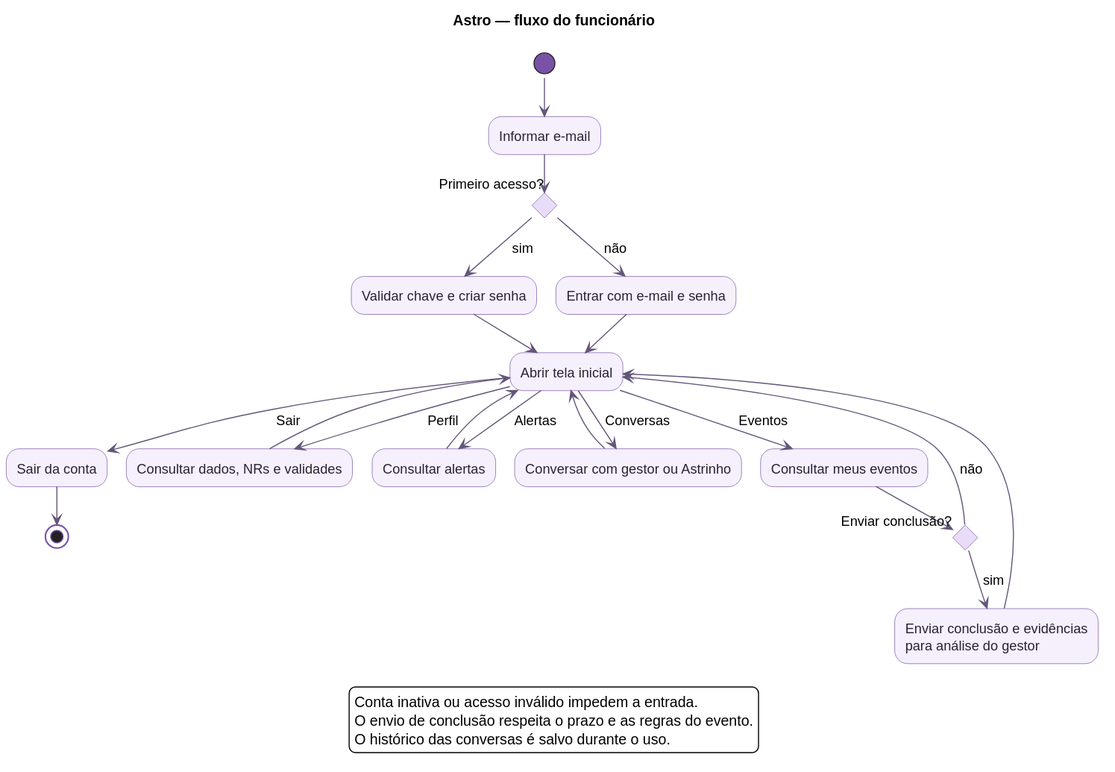
Above: diagrams/rendered/fluxo_funcionario.svg in Astro-Inter/astro-eqs-diagrams (PlantUML), before the change.
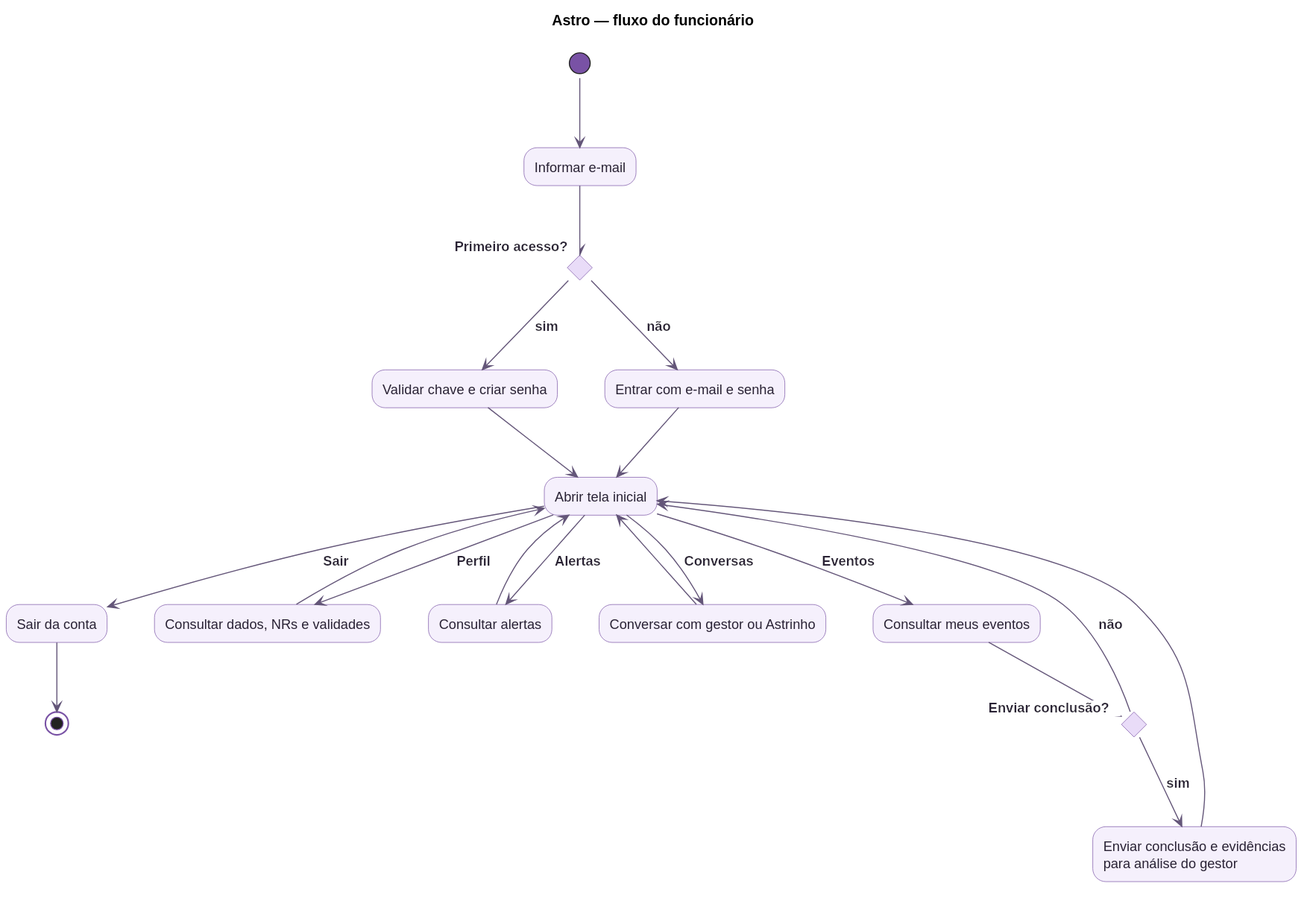
The same file after the commit.

The edit, as a diff of the source:
```diff
@@ -4,34 +4,28 @@
 title Astro — fluxo do funcionário
 
 (*) --> "Informar e-mail" as identificar
---> if "Primeiro acesso?" then
-  -->[sim] "Validar chave e criar senha" as ativar
+--> if "<back:white>Primeiro acesso?   </back>" then
+  -->[<back:white>sim</back>] "Validar chave e criar senha" as ativar
   --> "Abrir tela inicial" as menu
 else
-  -->[não] "Entrar com e-mail e senha" as entrar
+  -->[<back:white>não</back>] "Entrar com e-mail e senha" as entrar
   --> menu
 endif
 
-menu -->[Eventos] "Consultar meus eventos" as eventos
---> if "Enviar conclusão?" then
-  -->[sim] "Enviar conclusão e evidências\npara análise do gestor" as concluir
+menu -->[<back:white>Eventos</back>] "Consultar meus eventos" as eventos
+--> if "<back:white>Enviar conclusão?   </back>" then
+  -->[<back:white>sim</back>] "Enviar conclusão e evidências\npara análise do gestor" as concluir
   --> menu
 else
-  -->[não] menu
+  -->[<back:white>não</back>] menu
 endif
 
-menu -->[Perfil] "Consultar dados, NRs e validades" as perfil
+menu -->[<back:white>Perfil</back>] "Consultar dados, NRs e validades" as perfil
 --> menu
-menu -->[Alertas] "Consultar alertas" as alertas
+menu -->[<back:white>Alertas</back>] "Consultar alertas" as alertas
 --> menu
-menu -->[Conversas] "Conversar com gestor ou Astrinho" as conversas
+menu -->[<back:white>Conversas</back>] "Conversar com gestor ou Astrinho" as conversas
 --> menu
-menu -->[Sair] "Sair da conta" as sair
+menu -->[<back:white>Sair</back>] "Sair da conta" as sair
 --> (*)
-
-legend bottom
-  Conta inativa ou acesso inválido impedem a entrada.
-  O envio de conclusão respeita o prazo e as regras do evento.
-  O histórico das conversas é salvo durante o uso.
-endlegend
 @enduml
```
